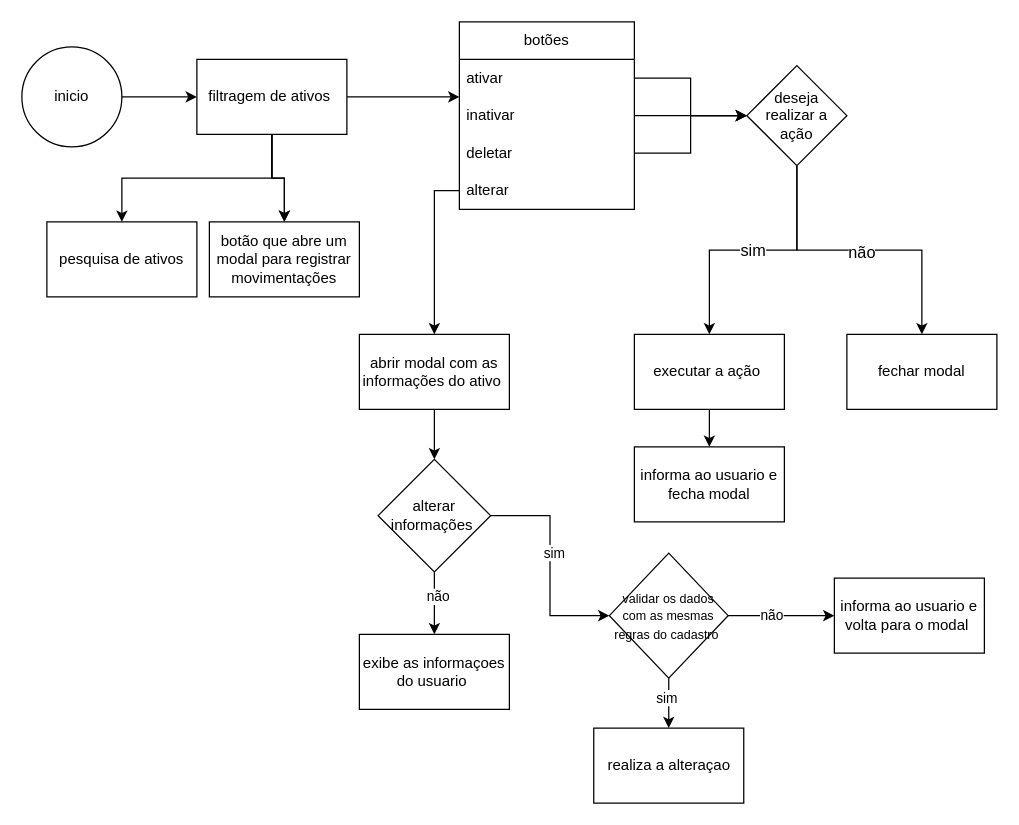
Above: fluxogramas/listar_alterar_ativos (1).drawio in Samuel-Goulart/cadastro.ativos (draw.io), before the change. Source tidied: cells renumbered, new cells numbered last; positions are measured from the earlier drawing's top-left corner, leaving out a move shared by most shapes. Both pictures are drawn from the tidied source at 125%, with x=0, y=0 at pixel (21, 21).
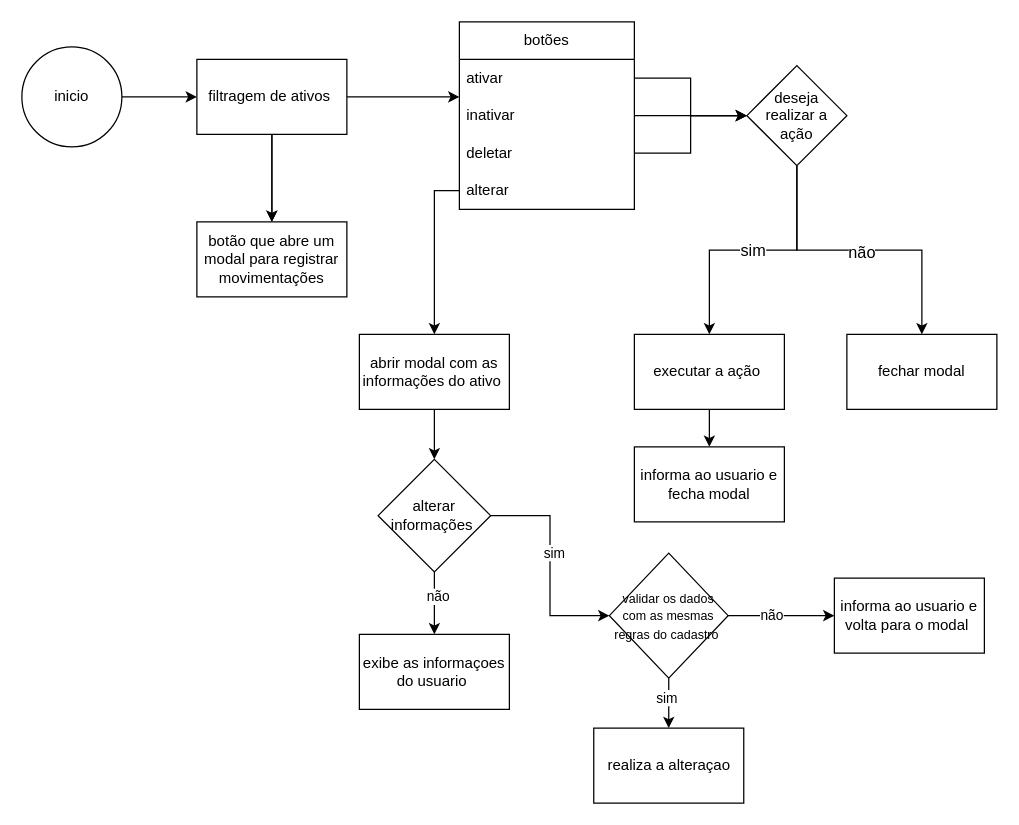
The same page after the edit.

Unchanged cells that the change refers to:
```xml
<mxCell id="8" value="filtragem de ativos&amp;nbsp;" style="whiteSpace=wrap;html=1;" parent="1" vertex="1">
  <mxGeometry x="140" y="30" width="120" height="60" as="geometry" />
</mxCell>
```

Diff of the diagram source:
```diff
@@
-    <mxCell id="7" style="edgeStyle=orthogonalEdgeStyle;rounded=0;jettySize=auto;html=1;" parent="1" edge="1" source="8" target="42">
-      <mxGeometry relative="1" as="geometry" />
-    </mxCell>
@@
     <mxCell id="41" value="botão que abre um modal para registrar movimentações" style="whiteSpace=wrap;html=1;" parent="1" vertex="1">
-      <mxGeometry x="150" y="160" width="120" height="60" as="geometry" />
+      <mxGeometry x="140" y="160" width="120" height="60" as="geometry" />
     </mxCell>
-    <mxCell id="42" value="pesquisa de ativos" style="rounded=0;whiteSpace=wrap;html=1;" parent="1" vertex="1">
-      <mxGeometry x="20" y="160" width="120" height="60" as="geometry" />
-    </mxCell>
```
